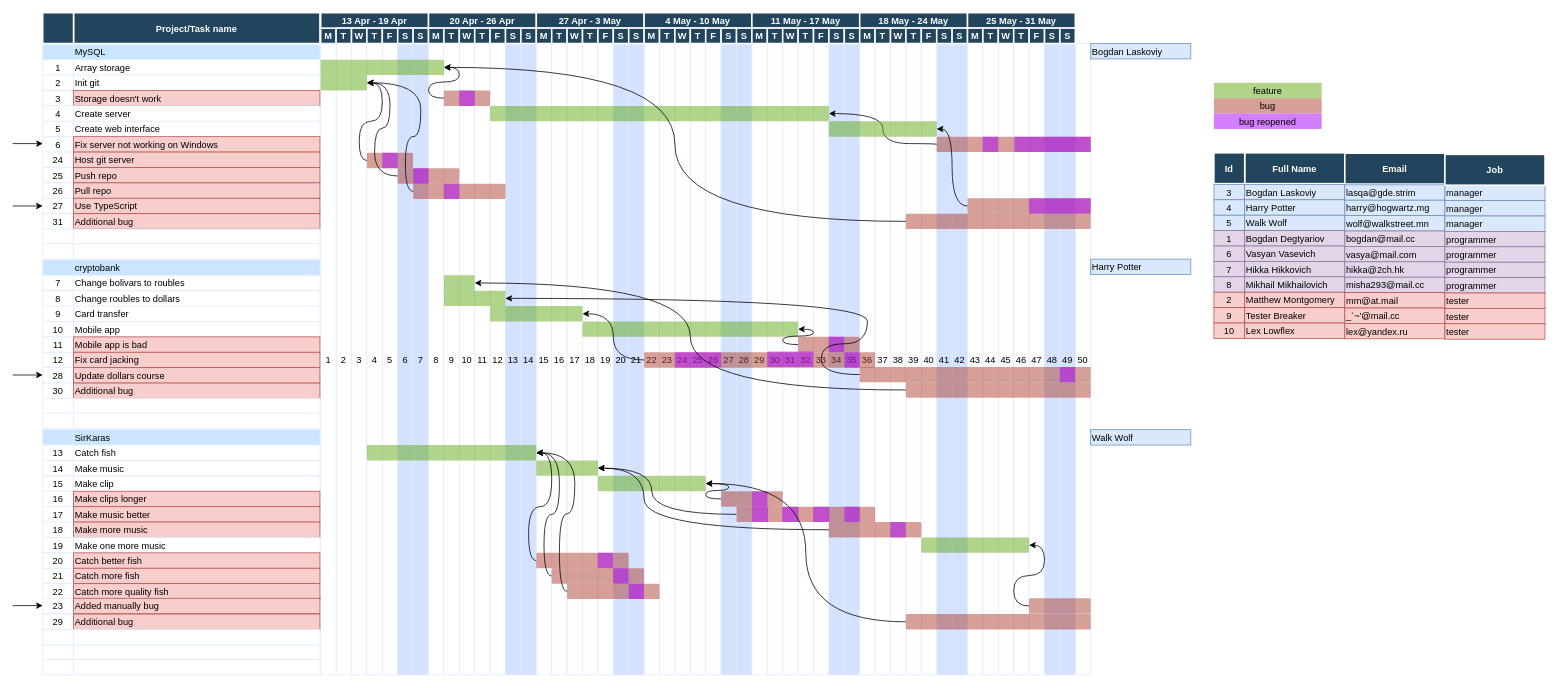
Above: Untitled Diagram.drawio in rprtr258/rprtr258.github.io (draw.io), before the change. Source tidied: cells renumbered, new cells numbered last; positions are measured from the earlier drawing's top-left corner, leaving out a move shared by most shapes. Both pictures are drawn from the tidied source at 77%, with x=0, y=0 at pixel (12, 12).
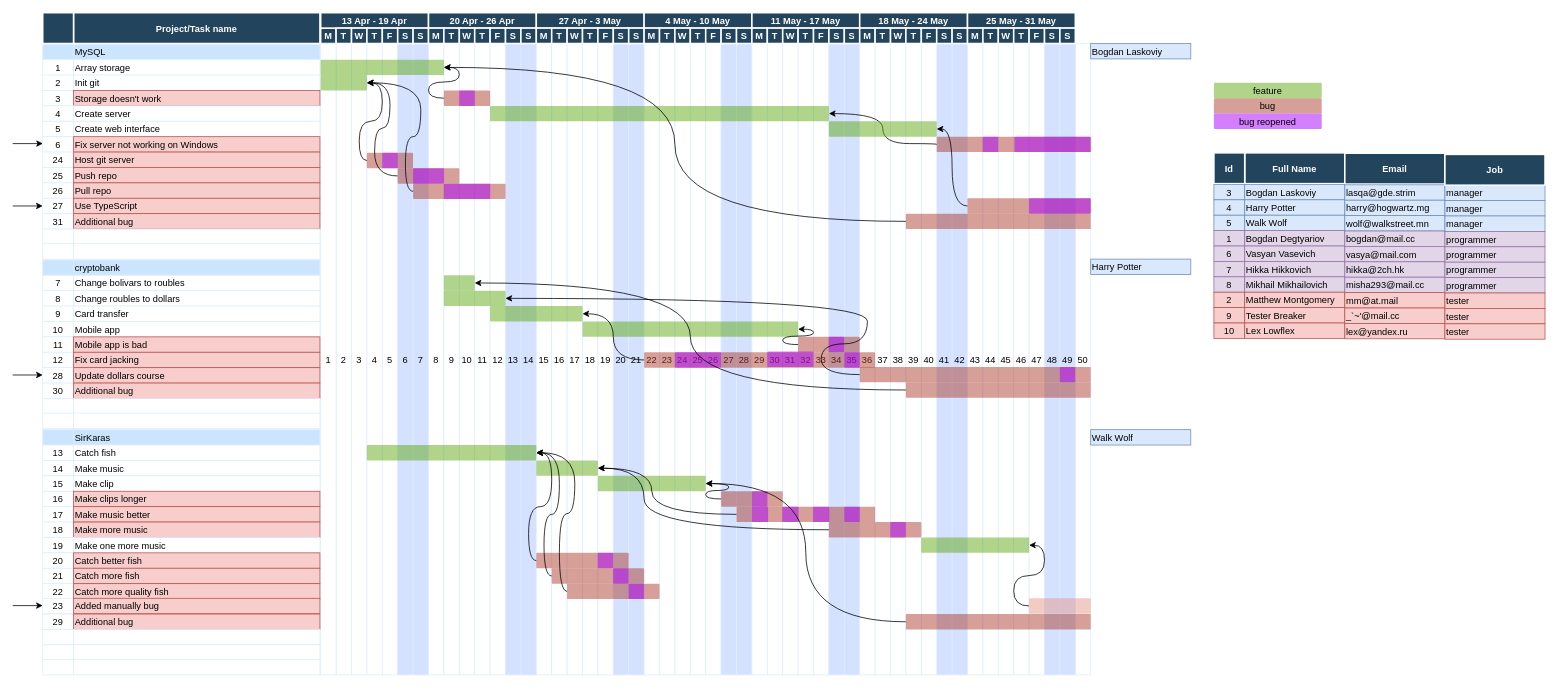
The same diagram, later.

Change to the diagram source:
```diff
@@
-    <mxCell id="257" style="shape=mxgraph.flowchart.process;fillColor=#AE4132;strokeColor=none;strokeWidth=2;opacity=50;" parent="1" vertex="1">
+    <mxCell id="257" style="shape=mxgraph.flowchart.process;fillColor=#E6988C;strokeColor=none;strokeWidth=2;opacity=50;" parent="1" vertex="1">
       <mxGeometry x="1320" y="760.5" width="80" height="20" as="geometry" />
     </mxCell>
@@
     <mxCell id="295" style="shape=mxgraph.flowchart.process;fillColor=#aa00ff;strokeColor=none;strokeWidth=2;opacity=50;fontColor=#ffffff;" parent="1" vertex="1">
-      <mxGeometry x="520" y="202" width="20" height="20" as="geometry" />
+      <mxGeometry x="520" y="202" width="40" height="20" as="geometry" />
     </mxCell>
@@
     <mxCell id="298" style="shape=mxgraph.flowchart.process;fillColor=#aa00ff;strokeColor=none;strokeWidth=2;opacity=50;fontColor=#ffffff;" parent="1" vertex="1">
-      <mxGeometry x="560" y="222" width="20" height="20" as="geometry" />
+      <mxGeometry x="560" y="222" width="60" height="20" as="geometry" />
     </mxCell>
```
